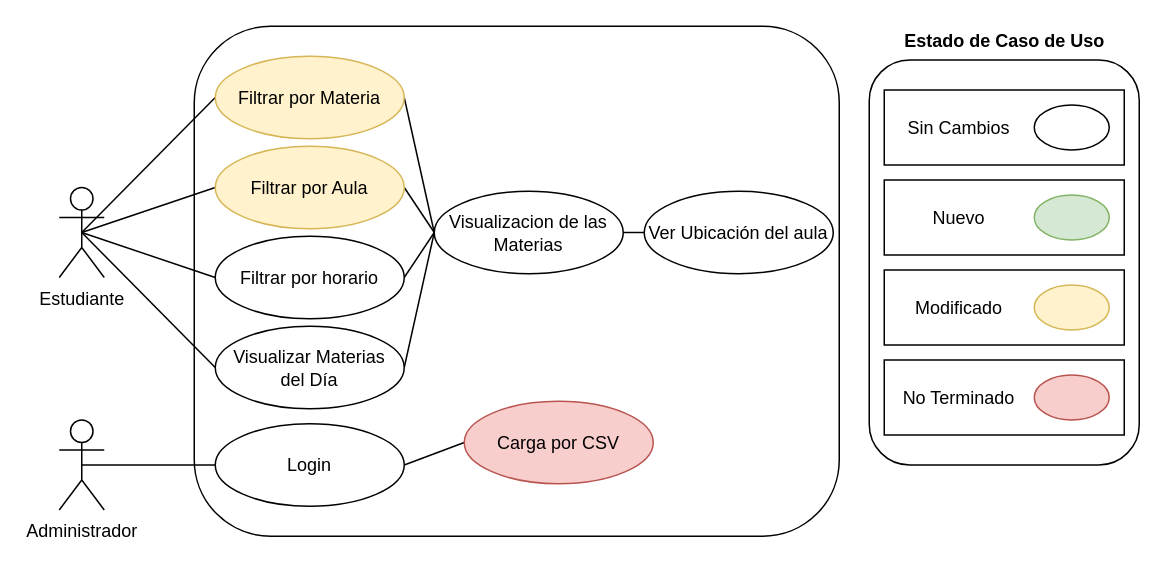
This is Casos de Uso/Caso de Uso Entrega 2.drawio from ColoJose/documentation-misaulasunq, a draw.io file, before an edit. Source tidied: cells renumbered, new cells numbered last; positions are measured from the earlier drawing's top-left corner, leaving out a move shared by most shapes. Both pictures are drawn from the tidied source at 150%, with x=0, y=0 at pixel (58, 26).
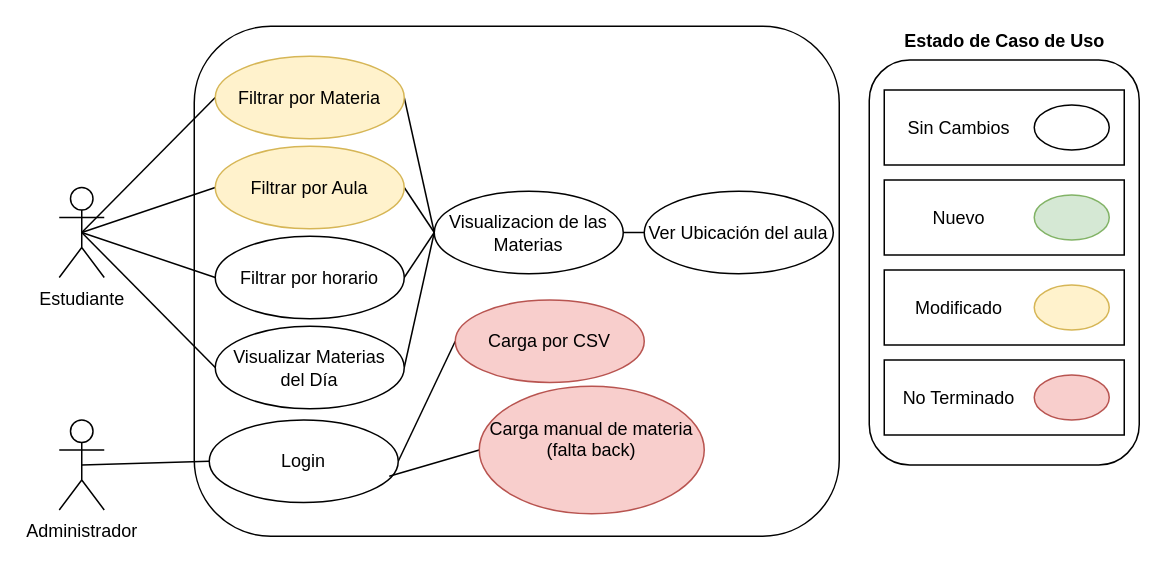
Above is the later version.

What changed in the source:
```diff
@@
     <mxCell id="19" value="Login" style="ellipse;whiteSpace=wrap;html=1;" parent="1" vertex="1">
-      <mxGeometry x="104" y="265" width="126" height="55" as="geometry" />
+      <mxGeometry x="100" y="262.5" width="126" height="55" as="geometry" />
     </mxCell>
@@
     <mxCell id="37" value="Carga por CSV" style="ellipse;whiteSpace=wrap;html=1;fillColor=#f8cecc;strokeColor=#b85450;" parent="1" vertex="1">
-      <mxGeometry x="270" y="250" width="126" height="55" as="geometry" />
+      <mxGeometry x="264" y="182.5" width="126" height="55" as="geometry" />
     </mxCell>
+    <mxCell id="38" style="rounded=0;jettySize=auto;html=1;entryX=0;entryY=0.5;entryDx=0;entryDy=0;endArrow=none;endFill=0;" parent="1" edge="1" target="39">
+      <mxGeometry relative="1" as="geometry">
+        <mxPoint x="220" y="300" as="sourcePoint" />
+      </mxGeometry>
+    </mxCell>
+    <mxCell id="39" value="&lt;div&gt;Carga manual de materia&lt;/div&gt;&lt;div&gt;(falta back)&lt;br&gt;&lt;/div&gt;&lt;div&gt;&lt;br&gt;&lt;/div&gt;" style="ellipse;whiteSpace=wrap;html=1;fillColor=#f8cecc;strokeColor=#b85450;" parent="1" vertex="1">
+      <mxGeometry x="280" y="240" width="150" height="85" as="geometry" />
+    </mxCell>
```
